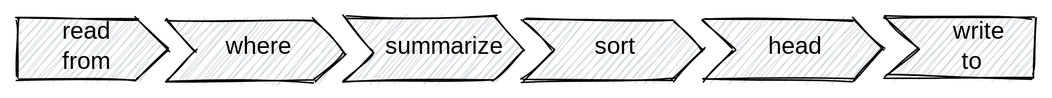
The Excalidraw diagram web/docs/understand/language/pipeline-example.excalidraw.svg in tenzir/tenzir, before a commit. Source tidied: one line per element, renumbered; positions are measured from the earlier drawing's top-left corner, leaving out a move shared by most shapes.
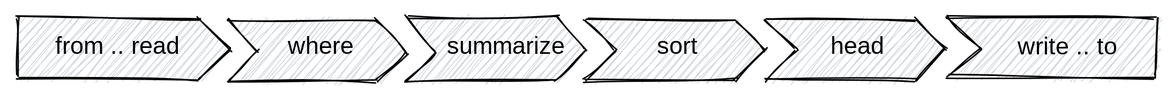
Later version of the same file.

Commit message:
Horizontalize all read/from and write/to diagrams

What changed in the source:
```diff
@@ -1,9 +1,5 @@
-{"id": 0, "type": "line", "strokeColor": "#000000", "backgroundColor": "#ced4da", "fillStyle": "hachure", "strokeWidth": 1, "roughness": 1, "x": 0, "y": 1, "width": 100, "height": 40, "points": [[0, 0], [0, 40], [80, 40], [100, 20], [80, 0], [0, 0]]}
+{"id": 0, "type": "line", "strokeColor": "#000000", "backgroundColor": "#ced4da", "fillStyle": "hachure", "strokeWidth": 1, "roughness": 1, "x": -41, "y": 0, "width": 141, "height": 41, "points": [[0, 0], [0, 40], [121, 41], [141, 21], [121, 1], [0, 0]]}
-{"id": 1, "type": "text", "text": "read", "strokeColor": "#000000", "backgroundColor": "#ced4da", "fillStyle": "hachure", "strokeWidth": 1, "roughness": 1, "fontSize": 16, "fontFamily": 3, "textAlign": "center", "x": 26, "y": 0, "width": 40, "height": 20}
-{"id": 2, "type": "text", "text": "from", "strokeColor": "#000000", "backgroundColor": "#ced4da", "fillStyle": "hachure", "strokeWidth": 1, "roughness": 1, "fontSize": 16, "fontFamily": 3, "textAlign": "center", "x": 26, "y": 20, "width": 40, "height": 20}
-{"id": 3, "type": "line", "strokeColor": "#000000", "backgroundColor": "#ced4da", "fillStyle": "hachure", "strokeWidth": 1, "roughness": 1, "x": 579, "y": 0, "width": 100, "height": 40, "points": [[0, 0], [22, 21], [0, 40], [100, 40], [100, 0], [0, 0]]}
+{"id": 3, "type": "line", "strokeColor": "#000000", "backgroundColor": "#ced4da", "fillStyle": "hachure", "strokeWidth": 1, "roughness": 1, "x": 579, "y": 0, "width": 140, "height": 40, "points": [[0, 0], [22, 21], [0, 40], [140, 40], [140, 0], [0, 0]]}
-{"id": 4, "type": "text", "text": "write", "strokeColor": "#000000", "backgroundColor": "#ced4da", "fillStyle": "hachure", "strokeWidth": 1, "roughness": 1, "fontSize": 16, "fontFamily": 3, "textAlign": "center", "x": 617, "y": 0, "width": 49, "height": 20}
-{"id": 5, "type": "text", "text": "to", "strokeColor": "#000000", "backgroundColor": "#ced4da", "fillStyle": "hachure", "strokeWidth": 1, "roughness": 1, "fontSize": 16, "fontFamily": 3, "textAlign": "center", "x": 627, "y": 20, "width": 21, "height": 20}
 {"id": 6, "type": "line", "strokeColor": "#000000", "backgroundColor": "#ced4da", "fillStyle": "hachure", "strokeWidth": 1, "roughness": 1, "x": 99, "y": 2, "width": 120, "height": 41, "points": [[0, 0], [20, 20], [0, 40], [100, 40], [120, 21], [99, -1], [0, 0]]}
 {"id": 7, "type": "text", "text": "where", "strokeColor": "#000000", "backgroundColor": "#ced4da", "fillStyle": "hachure", "strokeWidth": 1, "roughness": 1, "fontSize": 16, "fontFamily": 3, "textAlign": "center", "x": 136, "y": 10, "width": 49, "height": 20}
 {"id": 8, "type": "line", "strokeColor": "#000000", "backgroundColor": "#ced4da", "fillStyle": "hachure", "strokeWidth": 1, "roughness": 1, "x": 219, "y": 0, "width": 120, "height": 42, "points": [[0, 0], [19, 24], [-1, 42], [99, 42], [119, 22], [100, 0], [0, 0]]}
@@ -12,3 +8,5 @@
 {"id": 11, "type": "text", "text": "head", "strokeColor": "#000000", "backgroundColor": "#ced4da", "fillStyle": "hachure", "strokeWidth": 1, "roughness": 1, "fontSize": 16, "fontFamily": 3, "textAlign": "center", "x": 499, "y": 10, "width": 40, "height": 20}
 {"id": 12, "type": "line", "strokeColor": "#000000", "backgroundColor": "#ced4da", "fillStyle": "hachure", "strokeWidth": 1, "roughness": 1, "x": 338, "y": 2, "width": 120, "height": 40, "points": [[0, 0], [20, 20], [0, 40], [100, 40], [120, 20], [100, 0], [0, 0]]}
 {"id": 13, "type": "text", "text": "sort", "strokeColor": "#000000", "backgroundColor": "#ced4da", "fillStyle": "hachure", "strokeWidth": 1, "roughness": 1, "fontSize": 16, "fontFamily": 3, "textAlign": "center", "x": 379, "y": 10, "width": 40, "height": 20}
+{"id": 14, "type": "text", "text": "from .. read", "strokeColor": "#000000", "backgroundColor": "#ced4da", "fillStyle": "hachure", "strokeWidth": 1, "roughness": 1, "fontSize": 16, "fontFamily": 3, "textAlign": "center", "x": -31, "y": 10, "width": 112, "height": 20}
+{"id": 15, "type": "text", "text": "write .. to", "strokeColor": "#000000", "backgroundColor": "#ced4da", "fillStyle": "hachure", "strokeWidth": 1, "roughness": 1, "fontSize": 16, "fontFamily": 3, "textAlign": "center", "x": 608, "y": 10, "width": 103, "height": 20}
```
